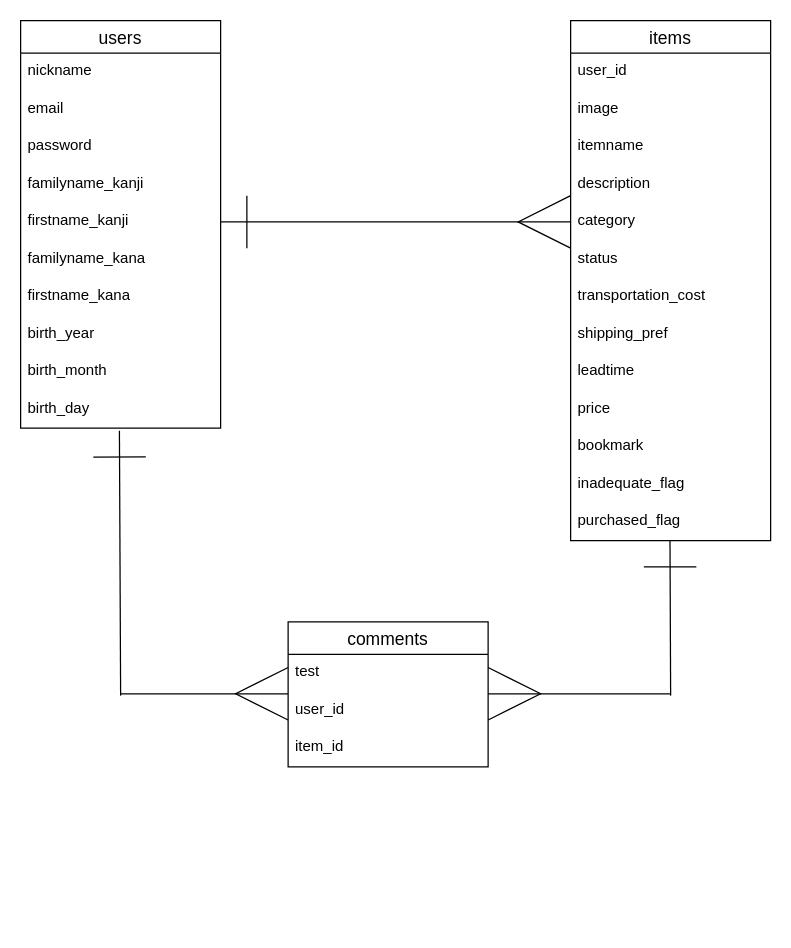
The draw.io diagram erchart.dio in rea1ism/furima-37846, before the edit. Source tidied: cells renumbered, new cells numbered last; positions are measured from the earlier drawing's top-left corner, leaving out a move shared by most shapes. Both pictures are drawn from the tidied source at 125%, with x=0, y=0 at pixel (20, 20).
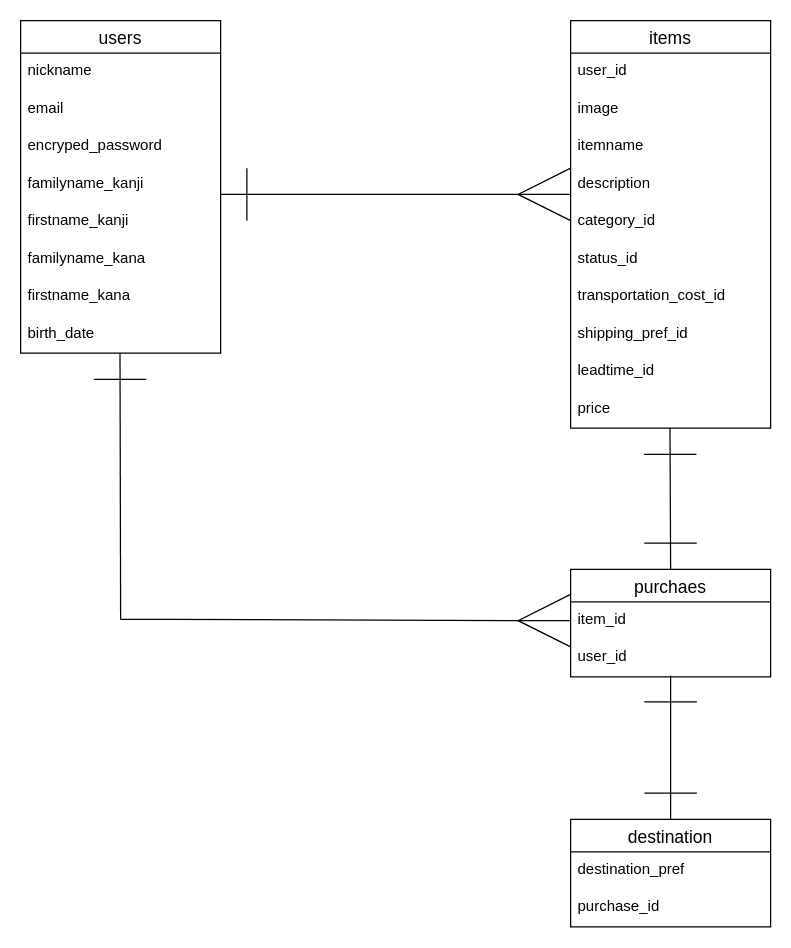
The same diagram, later.

Commit message (it also covers changes not shown here):
データベース設計の見直し

Unchanged cells that the change refers to:
```xml
<mxCell id="25" value="firstname_kanji" style="text;strokeColor=none;fillColor=none;spacingLeft=4;spacingRight=4;overflow=hidden;points=[[0,0.5],[1,0.5]];portConstraint=eastwest;fontSize=12;" parent="20" vertex="1">
  <mxGeometry y="146" width="160" height="30" as="geometry" />
</mxCell>
```

Diff of the diagram source:
```diff
@@
-    <mxCell id="2" value="comments" style="swimlane;fontStyle=0;horizontal=1;startSize=26;align=center;fontSize=14;" parent="1" vertex="1">
-      <mxGeometry x="214" y="481" width="160" height="116" as="geometry" />
+    <mxCell id="2" value="purchaes" style="swimlane;fontStyle=0;horizontal=1;startSize=26;align=center;fontSize=14;" parent="1" vertex="1">
+      <mxGeometry x="440" y="439" width="160" height="86" as="geometry" />
     </mxCell>
-    <mxCell id="3" value="test" style="text;strokeColor=none;fillColor=none;spacingLeft=4;spacingRight=4;overflow=hidden;fontSize=12;" parent="2" vertex="1">
-      <mxGeometry y="26" width="160" height="30" as="geometry" />
-    </mxCell>
+    <mxCell id="5" value="item_id" style="text;strokeColor=none;fillColor=none;spacingLeft=4;spacingRight=4;overflow=hidden;points=[[0,0.5],[1,0.5]];portConstraint=eastwest;fontSize=12;" parent="2" vertex="1">
+      <mxGeometry y="26" width="160" height="30" as="geometry" />
+    </mxCell>
@@
-    <mxCell id="5" value="item_id" style="text;strokeColor=none;fillColor=none;spacingLeft=4;spacingRight=4;overflow=hidden;points=[[0,0.5],[1,0.5]];portConstraint=eastwest;fontSize=12;" parent="2" vertex="1">
-      <mxGeometry y="86" width="160" height="30" as="geometry" />
-    </mxCell>
     <mxCell id="6" value="items" style="swimlane;fontStyle=0;horizontal=1;startSize=26;align=center;fontSize=14;" parent="1" vertex="1">
-      <mxGeometry x="440" width="160" height="416" as="geometry" />
+      <mxGeometry x="440" width="160" height="326" as="geometry" />
     </mxCell>
@@
-    <mxCell id="11" value="category" style="text;strokeColor=none;fillColor=none;spacingLeft=4;spacingRight=4;overflow=hidden;points=[[0,0.5],[1,0.5]];portConstraint=eastwest;fontSize=12;" parent="6" vertex="1">
+    <mxCell id="11" value="category_id" style="text;strokeColor=none;fillColor=none;spacingLeft=4;spacingRight=4;overflow=hidden;points=[[0,0.5],[1,0.5]];portConstraint=eastwest;fontSize=12;" parent="6" vertex="1">
       <mxGeometry y="146" width="160" height="30" as="geometry" />
     </mxCell>
-    <mxCell id="12" value="status" style="text;strokeColor=none;fillColor=none;spacingLeft=4;spacingRight=4;overflow=hidden;fontSize=12;" parent="6" vertex="1">
+    <mxCell id="12" value="status_id" style="text;strokeColor=none;fillColor=none;spacingLeft=4;spacingRight=4;overflow=hidden;fontSize=12;" parent="6" vertex="1">
       <mxGeometry y="176" width="160" height="30" as="geometry" />
     </mxCell>
-    <mxCell id="13" value="transportation_cost" style="text;strokeColor=none;fillColor=none;spacingLeft=4;spacingRight=4;overflow=hidden;fontSize=12;" parent="6" vertex="1">
+    <mxCell id="13" value="transportation_cost_id" style="text;strokeColor=none;fillColor=none;spacingLeft=4;spacingRight=4;overflow=hidden;fontSize=12;" parent="6" vertex="1">
       <mxGeometry y="206" width="160" height="30" as="geometry" />
     </mxCell>
-    <mxCell id="14" value="shipping_pref" style="text;strokeColor=none;fillColor=none;spacingLeft=4;spacingRight=4;overflow=hidden;fontSize=12;" parent="6" vertex="1">
+    <mxCell id="14" value="shipping_pref_id" style="text;strokeColor=none;fillColor=none;spacingLeft=4;spacingRight=4;overflow=hidden;fontSize=12;" parent="6" vertex="1">
       <mxGeometry y="236" width="160" height="30" as="geometry" />
     </mxCell>
-    <mxCell id="15" value="leadtime" style="text;strokeColor=none;fillColor=none;spacingLeft=4;spacingRight=4;overflow=hidden;fontSize=12;" parent="6" vertex="1">
+    <mxCell id="15" value="leadtime_id" style="text;strokeColor=none;fillColor=none;spacingLeft=4;spacingRight=4;overflow=hidden;fontSize=12;" parent="6" vertex="1">
       <mxGeometry y="266" width="160" height="30" as="geometry" />
     </mxCell>
@@
-    <mxCell id="17" value="bookmark" style="text;strokeColor=none;fillColor=none;spacingLeft=4;spacingRight=4;overflow=hidden;fontSize=12;" parent="6" vertex="1">
-      <mxGeometry y="326" width="160" height="30" as="geometry" />
-    </mxCell>
-    <mxCell id="18" value="inadequate_flag" style="text;strokeColor=none;fillColor=none;spacingLeft=4;spacingRight=4;overflow=hidden;fontSize=12;" parent="6" vertex="1">
-      <mxGeometry y="356" width="160" height="30" as="geometry" />
-    </mxCell>
-    <mxCell id="19" value="purchased_flag" style="text;strokeColor=none;fillColor=none;spacingLeft=4;spacingRight=4;overflow=hidden;fontSize=12;" parent="6" vertex="1">
-      <mxGeometry y="386" width="160" height="30" as="geometry" />
-    </mxCell>
     <mxCell id="20" value="users" style="swimlane;fontStyle=0;horizontal=1;startSize=26;align=center;fontSize=14;" parent="1" vertex="1">
-      <mxGeometry width="160" height="326" as="geometry" />
+      <mxGeometry width="160" height="266" as="geometry" />
     </mxCell>
@@
-    <mxCell id="23" value="password" style="text;strokeColor=none;fillColor=none;spacingLeft=4;spacingRight=4;overflow=hidden;fontSize=12;" parent="20" vertex="1">
+    <mxCell id="23" value="encryped_password" style="text;strokeColor=none;fillColor=none;spacingLeft=4;spacingRight=4;overflow=hidden;fontSize=12;" parent="20" vertex="1">
       <mxGeometry y="86" width="160" height="30" as="geometry" />
     </mxCell>
@@
-    <mxCell id="28" value="birth_year" style="text;strokeColor=none;fillColor=none;spacingLeft=4;spacingRight=4;overflow=hidden;fontSize=12;" parent="20" vertex="1">
+    <mxCell id="28" value="birth_date" style="text;strokeColor=none;fillColor=none;spacingLeft=4;spacingRight=4;overflow=hidden;fontSize=12;" parent="20" vertex="1">
       <mxGeometry y="236" width="160" height="30" as="geometry" />
     </mxCell>
-    <mxCell id="29" value="birth_month" style="text;strokeColor=none;fillColor=none;spacingLeft=4;spacingRight=4;overflow=hidden;fontSize=12;" parent="20" vertex="1">
-      <mxGeometry y="266" width="160" height="30" as="geometry" />
-    </mxCell>
-    <mxCell id="30" value="birth_day" style="text;strokeColor=none;fillColor=none;spacingLeft=4;spacingRight=4;overflow=hidden;points=[[0,0.5],[1,0.5]];portConstraint=eastwest;fontSize=12;" parent="20" vertex="1">
-      <mxGeometry y="296" width="160" height="30" as="geometry" />
-    </mxCell>
-    <mxCell id="31" style="edgeStyle=entityRelationEdgeStyle;fontSize=12;html=1;endArrow=ERmany;exitX=1;exitY=0.5;exitDx=0;exitDy=0;entryX=0;entryY=0.5;entryDx=0;entryDy=0;strokeWidth=1;sourcePerimeterSpacing=0;targetPerimeterSpacing=8;endSize=40;startArrow=ERone;startFill=0;startSize=40;endFill=0;" parent="1" edge="1" source="25" target="11">
-      <mxGeometry relative="1" as="geometry" />
+    <mxCell id="31" style="edgeStyle=entityRelationEdgeStyle;fontSize=12;html=1;endArrow=ERmany;exitX=1;exitY=0.5;exitDx=0;exitDy=0;entryX=0;entryY=0.5;entryDx=0;entryDy=0;strokeWidth=1;sourcePerimeterSpacing=0;targetPerimeterSpacing=8;endSize=40;startArrow=ERone;startFill=0;startSize=40;endFill=0;" parent="1" edge="1">
+      <mxGeometry relative="1" as="geometry">
+        <mxPoint x="160" y="139" as="sourcePoint" />
+        <mxPoint x="440" y="139" as="targetPoint" />
+      </mxGeometry>
     </mxCell>
-    <mxCell id="32" style="edgeStyle=entityRelationEdgeStyle;fontSize=12;html=1;endArrow=ERmany;strokeWidth=1;sourcePerimeterSpacing=0;targetPerimeterSpacing=8;endSize=40;endFill=0;" parent="1" edge="1">
-      <mxGeometry relative="1" as="geometry">
-        <mxPoint x="80" y="538.5" as="sourcePoint" />
-        <mxPoint x="214" y="538.5" as="targetPoint" />
-      </mxGeometry>
-    </mxCell>
-    <mxCell id="33" style="endArrow=none;html=1;rounded=0;endSize=40;sourcePerimeterSpacing=0;targetPerimeterSpacing=8;strokeWidth=1;exitX=0.494;exitY=1.067;exitDx=0;exitDy=0;exitPerimeter=0;startArrow=ERone;startFill=0;startSize=40;" parent="1" edge="1" source="30">
-      <mxGeometry relative="1" as="geometry">
-        <mxPoint x="80" y="540" as="targetPoint" />
-      </mxGeometry>
-    </mxCell>
-    <mxCell id="34" style="edgeStyle=entityRelationEdgeStyle;fontSize=12;html=1;endArrow=none;startArrow=ERmany;startSize=40;endSize=0;sourcePerimeterSpacing=0;targetPerimeterSpacing=0;strokeWidth=1;jumpStyle=none;rounded=1;jumpSize=0;verticalAlign=middle;startFill=0;endFill=0;" parent="1" edge="1">
-      <mxGeometry relative="1" as="geometry">
-        <mxPoint x="374" y="538.5" as="sourcePoint" />
-        <mxPoint x="520" y="538.5" as="targetPoint" />
-      </mxGeometry>
-    </mxCell>
-    <mxCell id="35" style="endArrow=none;html=1;rounded=0;endSize=40;sourcePerimeterSpacing=0;targetPerimeterSpacing=8;strokeWidth=1;exitX=0.494;exitY=1.067;exitDx=0;exitDy=0;exitPerimeter=0;startArrow=ERone;startFill=0;startSize=40;" parent="1" edge="1">
+    <mxCell id="35" style="endArrow=ERone;html=1;rounded=0;endSize=40;sourcePerimeterSpacing=0;targetPerimeterSpacing=8;strokeWidth=1;exitX=0.494;exitY=1.067;exitDx=0;exitDy=0;exitPerimeter=0;startArrow=ERone;startFill=0;startSize=40;endFill=0;entryX=0.5;entryY=0;entryDx=0;entryDy=0;" parent="1" edge="1" target="2">
       <mxGeometry relative="1" as="geometry">
-        <mxPoint x="519.5" y="416" as="sourcePoint" />
-        <mxPoint x="520" y="540" as="targetPoint" />
+        <mxPoint x="519.5" y="326" as="sourcePoint" />
       </mxGeometry>
     </mxCell>
+    <mxCell id="36" value="destination" style="swimlane;fontStyle=0;horizontal=1;startSize=26;align=center;fontSize=14;" parent="1" vertex="1">
+      <mxGeometry x="440" y="639" width="160" height="86" as="geometry" />
+    </mxCell>
+    <mxCell id="37" value="destination_pref" style="text;strokeColor=none;fillColor=none;spacingLeft=4;spacingRight=4;overflow=hidden;fontSize=12;" parent="36" vertex="1">
+      <mxGeometry y="26" width="160" height="30" as="geometry" />
+    </mxCell>
+    <mxCell id="38" value="purchase_id" style="text;strokeColor=none;fillColor=none;spacingLeft=4;spacingRight=4;overflow=hidden;fontSize=12;" parent="36" vertex="1">
+      <mxGeometry y="56" width="160" height="30" as="geometry" />
+    </mxCell>
+    <mxCell id="39" style="endArrow=ERone;html=1;rounded=0;endSize=40;sourcePerimeterSpacing=0;targetPerimeterSpacing=8;strokeWidth=1;startArrow=ERone;startFill=0;startSize=40;endFill=0;entryX=0.5;entryY=0;entryDx=0;entryDy=0;" parent="1" edge="1" target="36">
+      <mxGeometry relative="1" as="geometry">
+        <mxPoint x="520" y="524" as="sourcePoint" />
+      </mxGeometry>
+    </mxCell>
+    <mxCell id="40" style="edgeStyle=entityRelationEdgeStyle;fontSize=12;html=1;endArrow=ERmany;entryX=0;entryY=0.5;entryDx=0;entryDy=0;strokeWidth=1;sourcePerimeterSpacing=0;targetPerimeterSpacing=8;endSize=40;startArrow=none;startFill=0;startSize=40;endFill=0;" parent="1" edge="1" target="5">
+      <mxGeometry relative="1" as="geometry">
+        <mxPoint x="80" y="479" as="sourcePoint" />
+      </mxGeometry>
+    </mxCell>
+    <mxCell id="41" style="endArrow=none;html=1;rounded=0;endSize=40;sourcePerimeterSpacing=0;targetPerimeterSpacing=8;strokeWidth=1;exitX=0.494;exitY=1.067;exitDx=0;exitDy=0;exitPerimeter=0;startArrow=ERone;startFill=0;startSize=40;endFill=0;" parent="1" edge="1">
+      <mxGeometry relative="1" as="geometry">
+        <mxPoint x="79.5" y="266" as="sourcePoint" />
+        <mxPoint x="80" y="479" as="targetPoint" />
+      </mxGeometry>
+    </mxCell>
```
